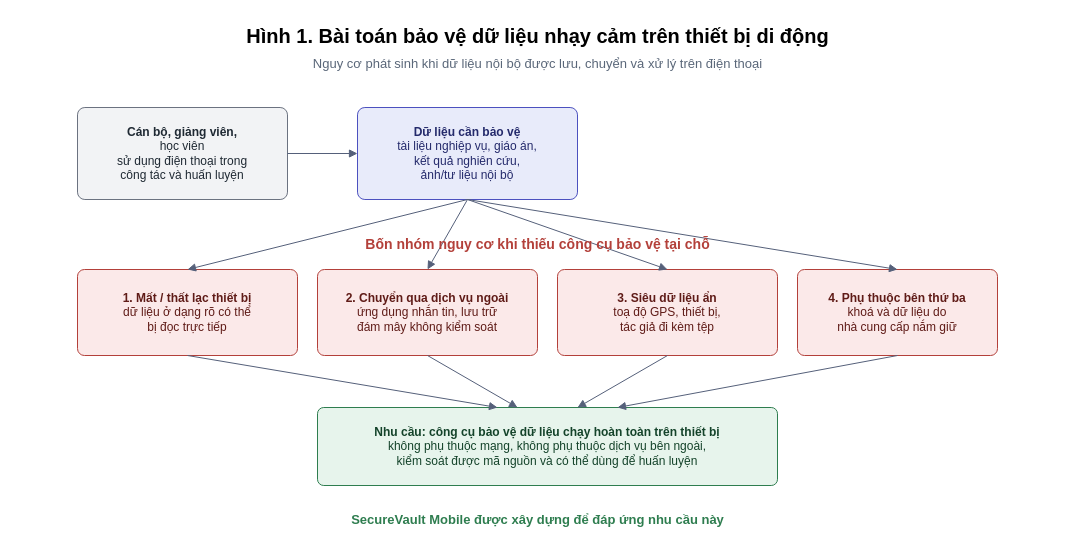
Before: hoso-sang-kien/hinh-anh/drawio/H1-bai-toan-thuc-te.drawio in imtoiteu/secure-vault-research, a draw.io diagram. Source tidied: cells renumbered, new cells numbered last; positions are measured from the earlier drawing's top-left corner, leaving out a move shared by most shapes. Both pictures are drawn from the tidied source at 100%, with x=0, y=0 at pixel (17, 17).
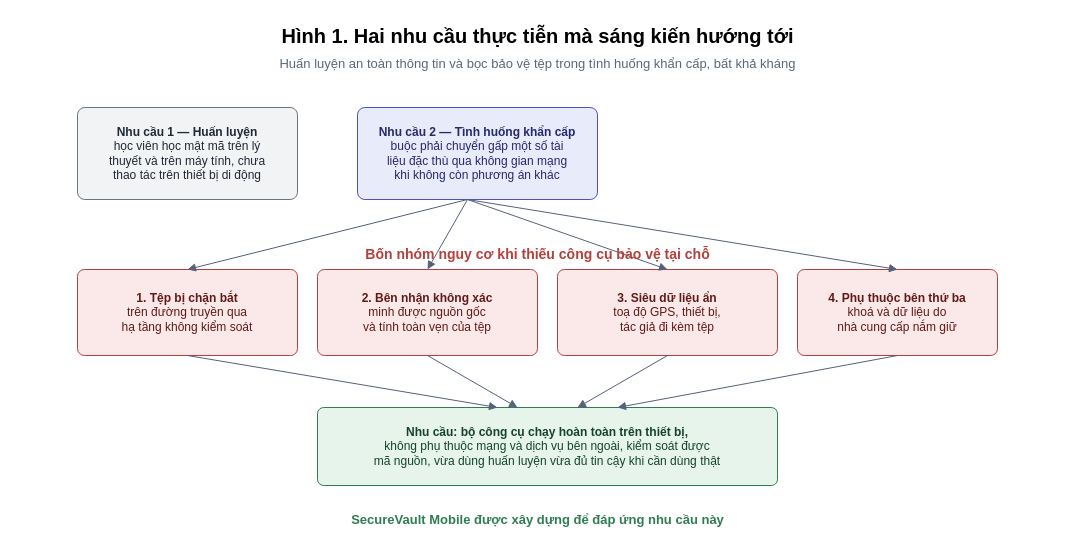
Above is the later version.

Change to the diagram source:
```diff
@@
-    <mxCell id="2" value="Hình 1. Bài toán bảo vệ dữ liệu nhạy cảm trên thiết bị di động" style="text;html=1;fontSize=20;fontStyle=1;align=center;" parent="1" vertex="1">
+    <mxCell id="2" value="Hình 1. Hai nhu cầu thực tiễn mà sáng kiến hướng tới" style="text;html=1;fontSize=20;fontStyle=1;align=center;" parent="1" vertex="1">
       <mxGeometry width="1040" height="30" as="geometry" />
     </mxCell>
-    <mxCell id="3" value="Nguy cơ phát sinh khi dữ liệu nội bộ được lưu, chuyển và xử lý trên điện thoại" style="text;html=1;fontSize=13;align=center;fontColor=#5A6779;" parent="1" vertex="1">
+    <mxCell id="3" value="Huấn luyện an toàn thông tin và bọc bảo vệ tệp trong tình huống khẩn cấp, bất khả kháng" style="text;html=1;fontSize=13;align=center;fontColor=#5A6779;" parent="1" vertex="1">
       <mxGeometry y="32" width="1040" height="20" as="geometry" />
     </mxCell>
-    <mxCell id="4" value="&lt;b&gt;Cán bộ, giảng viên,&lt;/b&gt;&lt;br/&gt;học viên&lt;br/&gt;sử dụng điện thoại trong&lt;br/&gt;công tác và huấn luyện" style="rounded=1;whiteSpace=wrap;html=1;fillColor=#F2F3F5;strokeColor=#6B7280;fontColor=#1F2933;dashed=0;arcSize=8;verticalAlign=middle;" parent="1" vertex="1">
-      <mxGeometry x="60" y="90" width="210" height="92" as="geometry" />
+    <mxCell id="4" value="&lt;b&gt;Nhu cầu 1 — Huấn luyện&lt;/b&gt;&lt;br/&gt;học viên học mật mã trên lý&lt;br/&gt;thuyết và trên máy tính, chưa&lt;br/&gt;thao tác trên thiết bị di động" style="rounded=1;whiteSpace=wrap;html=1;fillColor=#F2F3F5;strokeColor=#6B7280;fontColor=#1F2933;dashed=0;arcSize=8;verticalAlign=middle;" parent="1" vertex="1">
+      <mxGeometry x="60" y="90" width="220" height="92" as="geometry" />
     </mxCell>
-    <mxCell id="5" value="&lt;b&gt;Dữ liệu cần bảo vệ&lt;/b&gt;&lt;br/&gt;tài liệu nghiệp vụ, giáo án,&lt;br/&gt;kết quả nghiên cứu,&lt;br/&gt;ảnh/tư liệu nội bộ" style="rounded=1;whiteSpace=wrap;html=1;fillColor=#E8EBFA;strokeColor=#4C51BF;fontColor=#242A6B;dashed=0;arcSize=8;verticalAlign=middle;" parent="1" vertex="1">
-      <mxGeometry x="340" y="90" width="220" height="92" as="geometry" />
+    <mxCell id="5" value="&lt;b&gt;Nhu cầu 2 — Tình huống khẩn cấp&lt;/b&gt;&lt;br/&gt;buộc phải chuyển gấp một số tài&lt;br/&gt;liệu đặc thù qua không gian mạng&lt;br/&gt;khi không còn phương án khác" style="rounded=1;whiteSpace=wrap;html=1;fillColor=#E8EBFA;strokeColor=#4C51BF;fontColor=#242A6B;dashed=0;arcSize=8;verticalAlign=middle;" parent="1" vertex="1">
+      <mxGeometry x="340" y="90" width="240" height="92" as="geometry" />
     </mxCell>
-    <mxCell id="6" value="&lt;b&gt;1. Mất / thất lạc thiết bị&lt;/b&gt;&lt;br/&gt;dữ liệu ở dạng rõ có thể&lt;br/&gt;bị đọc trực tiếp" style="rounded=1;whiteSpace=wrap;html=1;fillColor=#FBE9E9;strokeColor=#B3403A;fontColor=#5F1B17;dashed=0;arcSize=8;verticalAlign=middle;" parent="1" vertex="1">
+    <mxCell id="6" value="&lt;b&gt;1. Tệp bị chặn bắt&lt;/b&gt;&lt;br/&gt;trên đường truyền qua&lt;br/&gt;hạ tầng không kiểm soát" style="rounded=1;whiteSpace=wrap;html=1;fillColor=#FBE9E9;strokeColor=#B3403A;fontColor=#5F1B17;dashed=0;arcSize=8;verticalAlign=middle;" parent="1" vertex="1">
       <mxGeometry x="60" y="252" width="220" height="86" as="geometry" />
     </mxCell>
-    <mxCell id="7" value="&lt;b&gt;2. Chuyển qua dịch vụ ngoài&lt;/b&gt;&lt;br/&gt;ứng dụng nhắn tin, lưu trữ&lt;br/&gt;đám mây không kiểm soát" style="rounded=1;whiteSpace=wrap;html=1;fillColor=#FBE9E9;strokeColor=#B3403A;fontColor=#5F1B17;dashed=0;arcSize=8;verticalAlign=middle;" parent="1" vertex="1">
+    <mxCell id="7" value="&lt;b&gt;2. Bên nhận không xác&lt;/b&gt;&lt;br/&gt;minh được nguồn gốc&lt;br/&gt;và tính toàn vẹn của tệp" style="rounded=1;whiteSpace=wrap;html=1;fillColor=#FBE9E9;strokeColor=#B3403A;fontColor=#5F1B17;dashed=0;arcSize=8;verticalAlign=middle;" parent="1" vertex="1">
       <mxGeometry x="300" y="252" width="220" height="86" as="geometry" />
     </mxCell>
@@
-    <mxCell id="10" value="&lt;b&gt;Nhu cầu: công cụ bảo vệ dữ liệu chạy hoàn toàn trên thiết bị&lt;/b&gt;&lt;br/&gt;không phụ thuộc mạng, không phụ thuộc dịch vụ bên ngoài,&lt;br/&gt;kiểm soát được mã nguồn và có thể dùng để huấn luyện" style="rounded=1;whiteSpace=wrap;html=1;fillColor=#E7F4EC;strokeColor=#2E7D4F;fontColor=#14432A;dashed=0;arcSize=8;verticalAlign=middle;" parent="1" vertex="1">
+    <mxCell id="10" value="&lt;b&gt;Nhu cầu: bộ công cụ chạy hoàn toàn trên thiết bị,&lt;/b&gt;&lt;br/&gt;không phụ thuộc mạng và dịch vụ bên ngoài, kiểm soát được&lt;br/&gt;mã nguồn, vừa dùng huấn luyện vừa đủ tin cậy khi cần dùng thật" style="rounded=1;whiteSpace=wrap;html=1;fillColor=#E7F4EC;strokeColor=#2E7D4F;fontColor=#14432A;dashed=0;arcSize=8;verticalAlign=middle;" parent="1" vertex="1">
       <mxGeometry x="300" y="390" width="460" height="78" as="geometry" />
     </mxCell>
     <mxCell id="11" style="endArrow=block;html=1;strokeColor=#55607A;dashed=0;fontSize=11;" parent="1" edge="1">
       <mxGeometry relative="1" as="geometry">
-        <mxPoint x="270" y="136" as="sourcePoint" />
-        <mxPoint x="340" y="136" as="targetPoint" />
+        <mxPoint x="450" y="182" as="sourcePoint" />
+        <mxPoint x="170" y="252" as="targetPoint" />
       </mxGeometry>
     </mxCell>
     <mxCell id="12" style="endArrow=block;html=1;strokeColor=#55607A;dashed=0;fontSize=11;" parent="1" edge="1">
       <mxGeometry relative="1" as="geometry">
         <mxPoint x="450" y="182" as="sourcePoint" />
-        <mxPoint x="170" y="252" as="targetPoint" />
+        <mxPoint x="410" y="252" as="targetPoint" />
       </mxGeometry>
     </mxCell>
     <mxCell id="13" style="endArrow=block;html=1;strokeColor=#55607A;dashed=0;fontSize=11;" parent="1" edge="1">
       <mxGeometry relative="1" as="geometry">
         <mxPoint x="450" y="182" as="sourcePoint" />
-        <mxPoint x="410" y="252" as="targetPoint" />
+        <mxPoint x="650" y="252" as="targetPoint" />
       </mxGeometry>
     </mxCell>
     <mxCell id="14" style="endArrow=block;html=1;strokeColor=#55607A;dashed=0;fontSize=11;" parent="1" edge="1">
       <mxGeometry relative="1" as="geometry">
         <mxPoint x="450" y="182" as="sourcePoint" />
-        <mxPoint x="650" y="252" as="targetPoint" />
+        <mxPoint x="880" y="252" as="targetPoint" />
       </mxGeometry>
     </mxCell>
     <mxCell id="15" style="endArrow=block;html=1;strokeColor=#55607A;dashed=0;fontSize=11;" parent="1" edge="1">
       <mxGeometry relative="1" as="geometry">
-        <mxPoint x="450" y="182" as="sourcePoint" />
-        <mxPoint x="880" y="252" as="targetPoint" />
+        <mxPoint x="170" y="338" as="sourcePoint" />
+        <mxPoint x="480" y="390" as="targetPoint" />
       </mxGeometry>
     </mxCell>
     <mxCell id="16" style="endArrow=block;html=1;strokeColor=#55607A;dashed=0;fontSize=11;" parent="1" edge="1">
       <mxGeometry relative="1" as="geometry">
-        <mxPoint x="170" y="338" as="sourcePoint" />
-        <mxPoint x="480" y="390" as="targetPoint" />
+        <mxPoint x="410" y="338" as="sourcePoint" />
+        <mxPoint x="500" y="390" as="targetPoint" />
       </mxGeometry>
     </mxCell>
     <mxCell id="17" style="endArrow=block;html=1;strokeColor=#55607A;dashed=0;fontSize=11;" parent="1" edge="1">
       <mxGeometry relative="1" as="geometry">
-        <mxPoint x="410" y="338" as="sourcePoint" />
-        <mxPoint x="500" y="390" as="targetPoint" />
+        <mxPoint x="650" y="338" as="sourcePoint" />
+        <mxPoint x="560" y="390" as="targetPoint" />
       </mxGeometry>
     </mxCell>
     <mxCell id="18" style="endArrow=block;html=1;strokeColor=#55607A;dashed=0;fontSize=11;" parent="1" edge="1">
       <mxGeometry relative="1" as="geometry">
-        <mxPoint x="650" y="338" as="sourcePoint" />
-        <mxPoint x="560" y="390" as="targetPoint" />
+        <mxPoint x="880" y="338" as="sourcePoint" />
+        <mxPoint x="600" y="390" as="targetPoint" />
       </mxGeometry>
     </mxCell>
-    <mxCell id="19" style="endArrow=block;html=1;strokeColor=#55607A;dashed=0;fontSize=11;" parent="1" edge="1">
-      <mxGeometry relative="1" as="geometry">
-        <mxPoint x="880" y="338" as="sourcePoint" />
-        <mxPoint x="600" y="390" as="targetPoint" />
-      </mxGeometry>
-    </mxCell>
     <mxCell id="20" value="Bốn nhóm nguy cơ khi thiếu công cụ bảo vệ tại chỗ" style="text;html=1;fontSize=14;align=center;fontColor=#B3403A;fontStyle=1;" parent="1" vertex="1">
-      <mxGeometry x="370" y="212" width="300" height="20" as="geometry" />
+      <mxGeometry x="370" y="222" width="300" height="20" as="geometry" />
     </mxCell>
```
